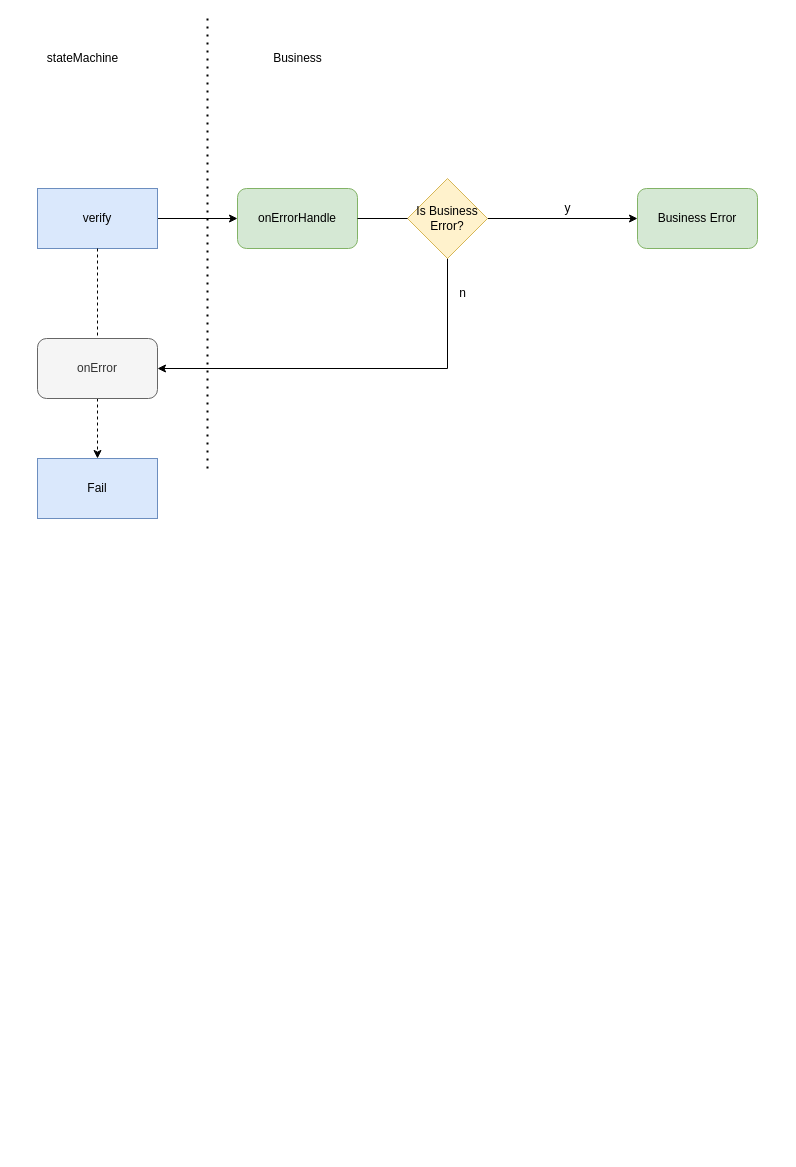
Earlier version of the draw.io diagram useVerify/error handle.drawio (RexYao97/sfrex). Source tidied: cells renumbered, new cells numbered last; positions are measured from the earlier drawing's top-left corner, leaving out a move shared by most shapes. Both pictures are drawn from the tidied source at 100%, with x=0, y=0 at pixel (37, 18).
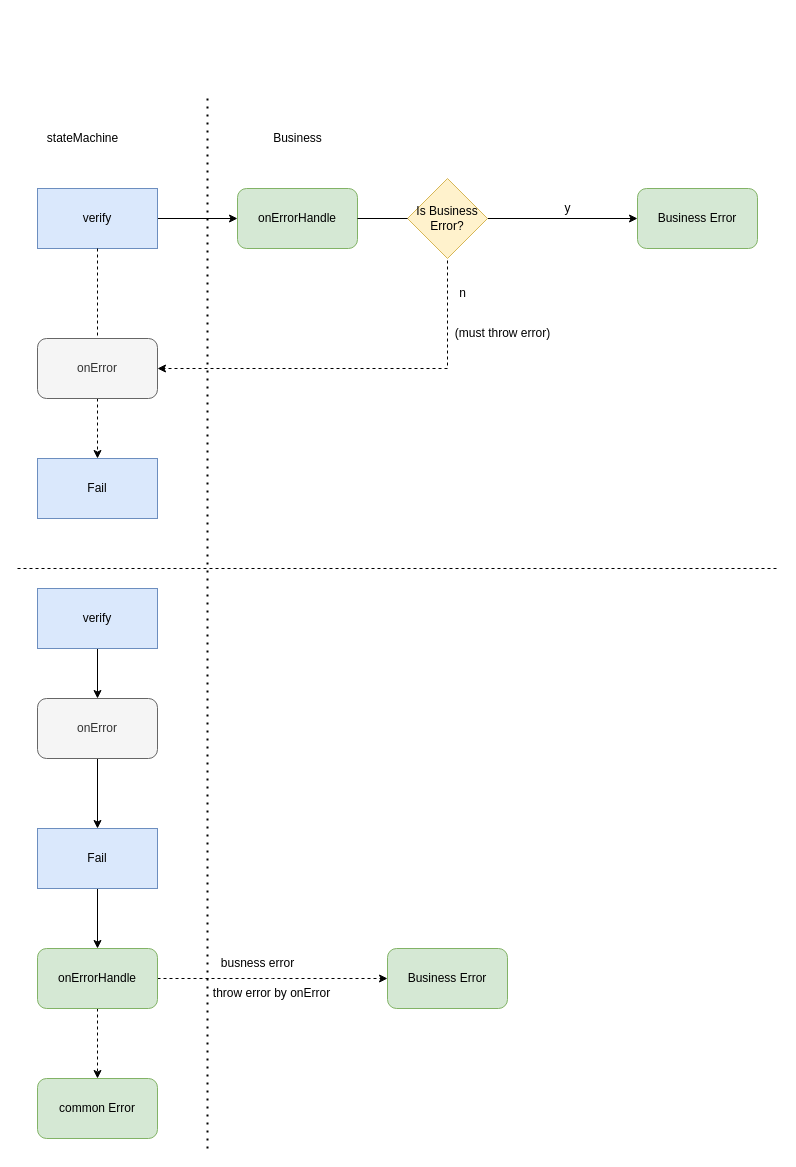
After the change.

The change refers to these unchanged cells:
```xml
<mxCell id="7" value="onErrorHandle" style="whiteSpace=wrap;html=1;rounded=1;fillColor=#d5e8d4;strokeColor=#82b366;" parent="1" vertex="1">
  <mxGeometry x="200" y="170" width="120" height="60" as="geometry" />
</mxCell>
<mxCell id="17" value="onError" style="rounded=1;whiteSpace=wrap;html=1;fillColor=#f5f5f5;fontColor=#333333;strokeColor=#666666;" parent="1" vertex="1">
  <mxGeometry y="320" width="120" height="60" as="geometry" />
</mxCell>
```

Change to the diagram source:
```diff
@@
-    <mxCell id="5" style="edgeStyle=orthogonalEdgeStyle;rounded=0;jettySize=auto;html=1;entryX=1;entryY=0.5;entryDx=0;entryDy=0;" parent="1" edge="1" source="7" target="17">
+    <mxCell id="5" style="edgeStyle=orthogonalEdgeStyle;rounded=0;jettySize=auto;html=1;entryX=1;entryY=0.5;entryDx=0;entryDy=0;dashed=1;" parent="1" edge="1" source="7" target="17">
       <mxGeometry relative="1" as="geometry">
         <Array as="points">
           <mxPoint x="410" y="200" />
           <mxPoint x="410" y="350" />
         </Array>
       </mxGeometry>
     </mxCell>
@@
     <mxCell id="8" style="endArrow=none;dashed=1;html=1;dashPattern=1 3;strokeWidth=2;rounded=0;" parent="1" edge="1">
       <mxGeometry relative="1" as="geometry">
-        <mxPoint x="170" y="450" as="sourcePoint" />
-        <mxPoint x="170" as="targetPoint" />
+        <mxPoint x="170" y="1130" as="sourcePoint" />
+        <mxPoint x="170" y="80" as="targetPoint" />
       </mxGeometry>
     </mxCell>
     <mxCell id="9" value="stateMachine" style="text;html=1;align=center;verticalAlign=middle;strokeColor=none;fillColor=none;" parent="1" vertex="1">
-      <mxGeometry y="25" width="90" height="30" as="geometry" />
+      <mxGeometry y="105" width="90" height="30" as="geometry" />
     </mxCell>
@@
     <mxCell id="12" value="Business" style="text;html=1;align=center;verticalAlign=middle;strokeColor=none;fillColor=none;" parent="1" vertex="1">
-      <mxGeometry x="225" y="25" width="70" height="30" as="geometry" />
+      <mxGeometry x="225" y="105" width="70" height="30" as="geometry" />
     </mxCell>
@@
+    <mxCell id="19" value="(must throw error)" style="text;html=1;align=center;verticalAlign=middle;strokeColor=none;fillColor=none;" parent="1" vertex="1">
+      <mxGeometry x="405" y="300" width="120" height="30" as="geometry" />
+    </mxCell>
+    <mxCell id="20" style="endArrow=none;dashed=1;html=1;rounded=0;" parent="1" edge="1">
+      <mxGeometry relative="1" as="geometry">
+        <mxPoint x="-20" y="550" as="sourcePoint" />
+        <mxPoint x="740" y="550" as="targetPoint" />
+      </mxGeometry>
+    </mxCell>
+    <mxCell id="21" style="edgeStyle=orthogonalEdgeStyle;rounded=0;jettySize=auto;html=1;startArrow=none;" parent="1" edge="1" source="26" target="25">
+      <mxGeometry relative="1" as="geometry" />
+    </mxCell>
+    <mxCell id="22" style="edgeStyle=orthogonalEdgeStyle;rounded=0;jettySize=auto;html=1;" parent="1" edge="1" source="23" target="26">
+      <mxGeometry relative="1" as="geometry" />
+    </mxCell>
+    <mxCell id="23" value="verify" style="rounded=0;whiteSpace=wrap;html=1;fontFamily=Helvetica;fontSize=12;fontColor=default;align=center;strokeColor=#6c8ebf;fillColor=#dae8fc;" parent="1" vertex="1">
+      <mxGeometry y="570" width="120" height="60" as="geometry" />
+    </mxCell>
+    <mxCell id="24" style="edgeStyle=orthogonalEdgeStyle;rounded=0;jettySize=auto;html=1;" parent="1" edge="1" source="25" target="29">
+      <mxGeometry relative="1" as="geometry" />
+    </mxCell>
+    <mxCell id="25" value="Fail" style="rounded=0;whiteSpace=wrap;html=1;fontFamily=Helvetica;fontSize=12;fontColor=default;align=center;strokeColor=#6c8ebf;fillColor=#dae8fc;" parent="1" vertex="1">
+      <mxGeometry y="810" width="120" height="60" as="geometry" />
+    </mxCell>
+    <mxCell id="26" value="onError" style="rounded=1;whiteSpace=wrap;html=1;fillColor=#f5f5f5;fontColor=#333333;strokeColor=#666666;" parent="1" vertex="1">
+      <mxGeometry y="680" width="120" height="60" as="geometry" />
+    </mxCell>
+    <mxCell id="27" style="edgeStyle=orthogonalEdgeStyle;rounded=0;jettySize=auto;html=1;dashed=1;" parent="1" edge="1" source="29">
+      <mxGeometry relative="1" as="geometry">
+        <mxPoint x="350" y="960" as="targetPoint" />
+      </mxGeometry>
+    </mxCell>
+    <mxCell id="28" style="edgeStyle=orthogonalEdgeStyle;rounded=0;jettySize=auto;html=1;dashed=1;" parent="1" edge="1" source="29">
+      <mxGeometry relative="1" as="geometry">
+        <mxPoint x="60" y="1060" as="targetPoint" />
+      </mxGeometry>
+    </mxCell>
+    <mxCell id="29" value="onErrorHandle" style="whiteSpace=wrap;html=1;rounded=1;fillColor=#d5e8d4;strokeColor=#82b366;" parent="1" vertex="1">
+      <mxGeometry y="930" width="120" height="60" as="geometry" />
+    </mxCell>
+    <mxCell id="30" value="busness error" style="text;html=1;align=center;verticalAlign=middle;strokeColor=none;fillColor=none;" parent="1" vertex="1">
+      <mxGeometry x="170" y="930" width="100" height="30" as="geometry" />
+    </mxCell>
+    <mxCell id="31" value="throw error by onError" style="text;html=1;align=center;verticalAlign=middle;strokeColor=none;fillColor=none;" parent="1" vertex="1">
+      <mxGeometry x="164" y="960" width="140" height="30" as="geometry" />
+    </mxCell>
+    <mxCell id="32" value="Business Error" style="whiteSpace=wrap;html=1;fillColor=#d5e8d4;strokeColor=#82b366;rounded=1;" parent="1" vertex="1">
+      <mxGeometry x="350" y="930" width="120" height="60" as="geometry" />
+    </mxCell>
+    <mxCell id="33" value="common Error" style="whiteSpace=wrap;html=1;fillColor=#d5e8d4;strokeColor=#82b366;rounded=1;" parent="1" vertex="1">
+      <mxGeometry y="1060" width="120" height="60" as="geometry" />
+    </mxCell>
```
